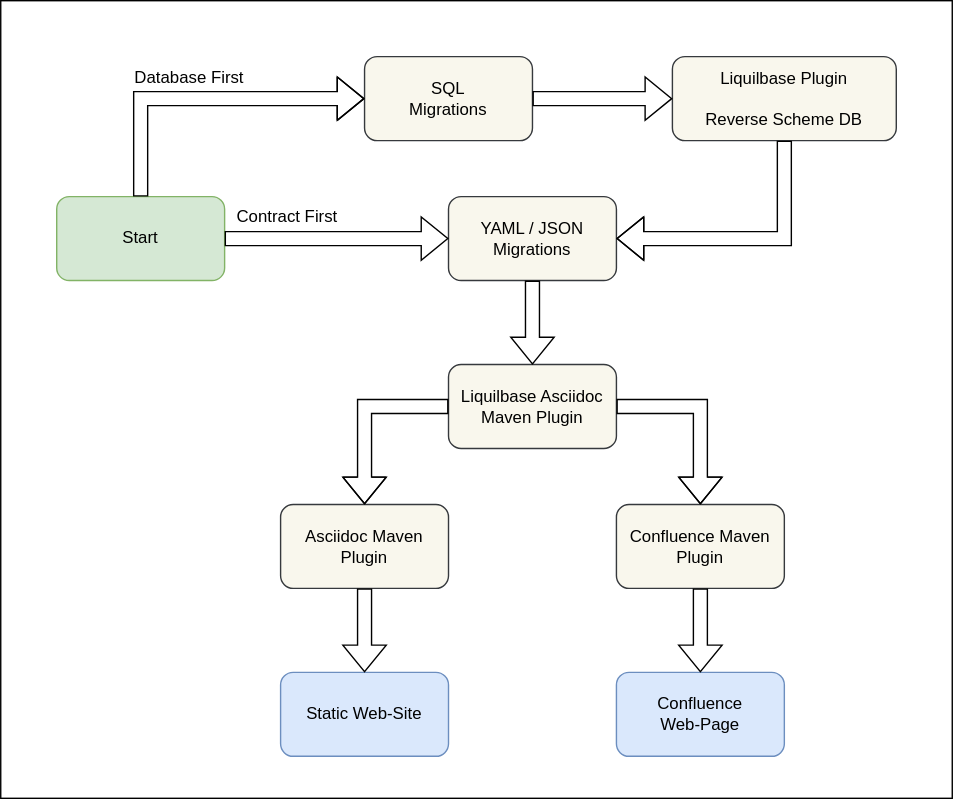
The draw.io diagram doc/context-view.svg in denis-volnenko/liquibase-asciidoc-maven-plugin, before a commit. Source tidied: cells renumbered, new cells last; positions are measured from the earlier drawing's top-left corner, leaving out a move shared by most shapes.
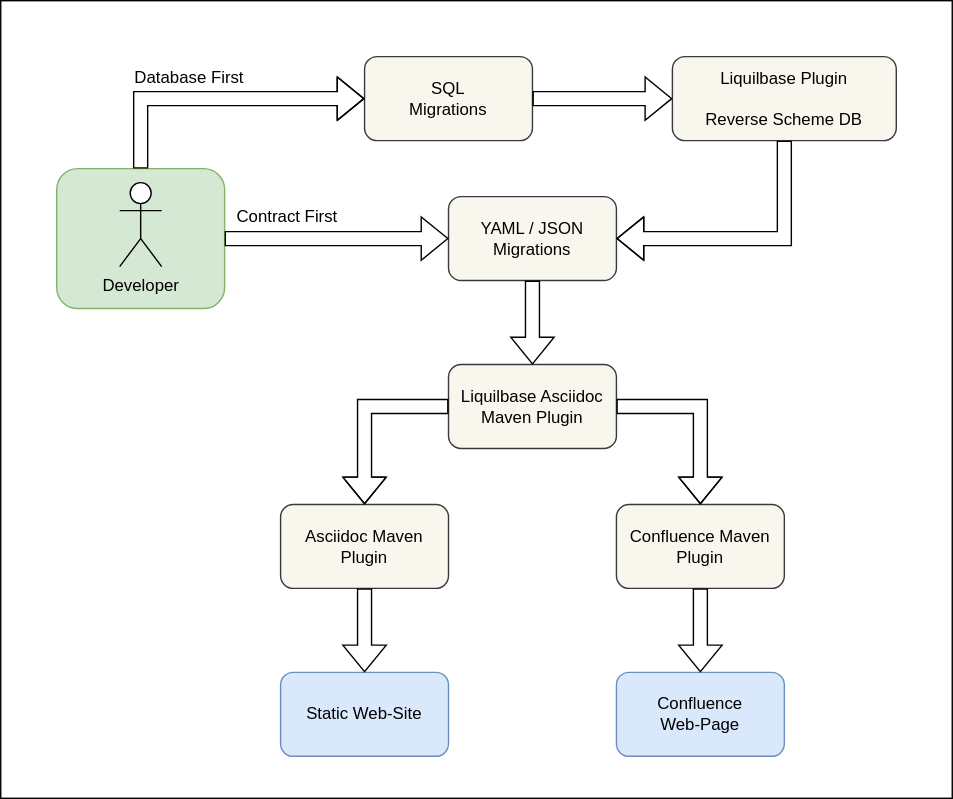
Above is the later version.

Change to the diagram source:
```diff
@@ -20,8 +20,8 @@
     <mxCell id="7" value="Liquilbase Asciidoc&lt;br&gt;Maven Plugin" style="rounded=1;whiteSpace=wrap;html=1;fillColor=#f9f7ed;strokeColor=#36393d;" parent="1" vertex="1">
       <mxGeometry x="320" y="260" width="120" height="60" as="geometry" />
     </mxCell>
-    <mxCell id="8" value="Start" style="rounded=1;whiteSpace=wrap;html=1;fillColor=#d5e8d4;strokeColor=#82b366;" parent="1" vertex="1">
-      <mxGeometry x="40" y="140" width="120" height="60" as="geometry" />
+    <mxCell id="8" style="rounded=1;whiteSpace=wrap;html=1;fillColor=#d5e8d4;strokeColor=#82b366;" parent="1" vertex="1">
+      <mxGeometry x="40" y="120" width="120" height="100" as="geometry" />
     </mxCell>
     <mxCell id="9" style="shape=flexArrow;endArrow=classic;html=1;rounded=0;exitX=1;exitY=0.5;exitDx=0;exitDy=0;entryX=0;entryY=0.5;entryDx=0;entryDy=0;" parent="1" edge="1" source="8" target="4">
       <mxGeometry relative="1" as="geometry" />
@@ -81,5 +81,8 @@
         </Array>
       </mxGeometry>
     </mxCell>
+    <mxCell id="23" value="Developer" style="shape=umlActor;verticalLabelPosition=bottom;verticalAlign=top;html=1;" parent="1" vertex="1">
+      <mxGeometry x="85" y="130" width="30" height="60" as="geometry" />
+    </mxCell>
   </root>
 </mxGraphModel>
```
